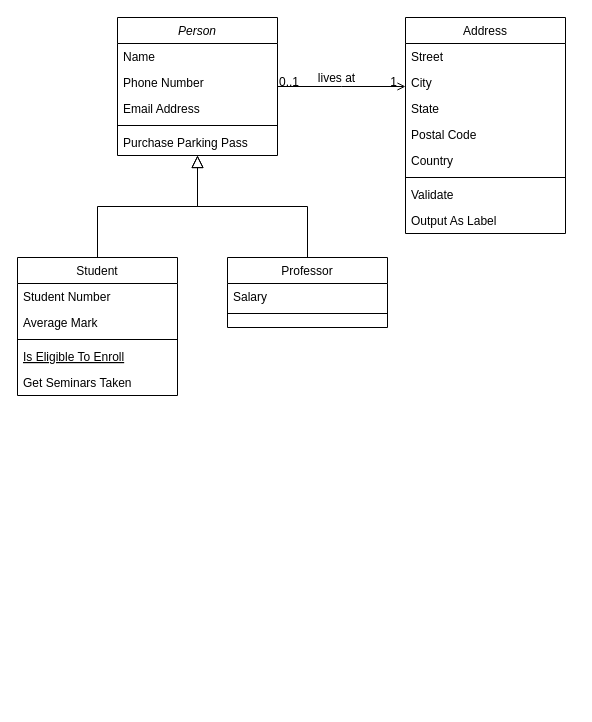
JussSelenite/JussSelenite keeps this draw.io diagram as Class Diagram Exercise 1.drawio. Above is the earlier version. Source tidied: cells renumbered, new cells numbered last; positions are measured from the earlier drawing's top-left corner, leaving out a move shared by most shapes. Both pictures are drawn from the tidied source at 100%, with x=0, y=0 at pixel (17, 17).
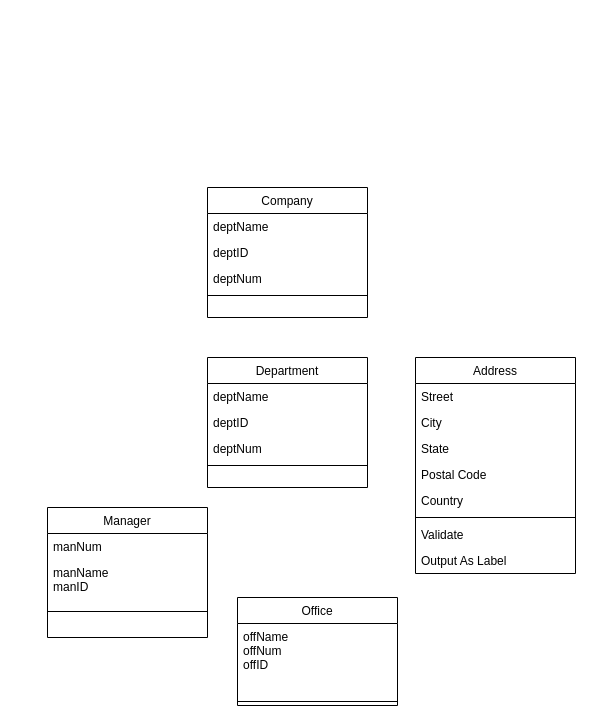
The same page after the edit.

Diff of the diagram source:
```diff
@@
-    <mxCell id="2" value="Person" style="swimlane;fontStyle=2;align=center;verticalAlign=top;horizontal=1;startSize=26;rounded=0;shadow=0;strokeWidth=1;" parent="1" vertex="1">
-      <mxGeometry x="100" width="160" height="138" as="geometry" />
+    <mxCell id="2" value="Department" style="swimlane;fontStyle=0;align=center;verticalAlign=top;horizontal=1;startSize=26;rounded=0;shadow=0;strokeWidth=1;" parent="1" vertex="1">
+      <mxGeometry x="190" y="340" width="160" height="130" as="geometry" />
     </mxCell>
-    <mxCell id="3" value="Name" style="text;align=left;verticalAlign=top;spacingLeft=4;spacingRight=4;overflow=hidden;" parent="2" vertex="1">
+    <mxCell id="3" value="deptName" style="text;align=left;verticalAlign=top;spacingLeft=4;spacingRight=4;overflow=hidden;" parent="2" vertex="1">
       <mxGeometry y="26" width="160" height="26" as="geometry" />
     </mxCell>
-    <mxCell id="4" value="Phone Number" style="text;align=left;verticalAlign=top;spacingLeft=4;spacingRight=4;overflow=hidden;rounded=0;shadow=0;html=0;" parent="2" vertex="1">
+    <mxCell id="4" value="deptID" style="text;align=left;verticalAlign=top;spacingLeft=4;spacingRight=4;overflow=hidden;rounded=0;shadow=0;html=0;" parent="2" vertex="1">
       <mxGeometry y="52" width="160" height="26" as="geometry" />
     </mxCell>
-    <mxCell id="5" value="Email Address" style="text;align=left;verticalAlign=top;spacingLeft=4;spacingRight=4;overflow=hidden;rounded=0;shadow=0;html=0;" parent="2" vertex="1">
+    <mxCell id="5" value="deptNum" style="text;align=left;verticalAlign=top;spacingLeft=4;spacingRight=4;overflow=hidden;rounded=0;shadow=0;html=0;" parent="2" vertex="1">
       <mxGeometry y="78" width="160" height="26" as="geometry" />
     </mxCell>
@@
-    <mxCell id="7" value="Purchase Parking Pass" style="text;align=left;verticalAlign=top;spacingLeft=4;spacingRight=4;overflow=hidden;" parent="2" vertex="1">
-      <mxGeometry y="112" width="160" height="26" as="geometry" />
-    </mxCell>
-    <mxCell id="8" value="Student" style="swimlane;fontStyle=0;align=center;verticalAlign=top;horizontal=1;startSize=26;rounded=0;shadow=0;strokeWidth=1;" parent="1" vertex="1">
-      <mxGeometry y="240" width="160" height="138" as="geometry" />
+    <mxCell id="8" value="Manager" style="swimlane;fontStyle=0;align=center;verticalAlign=top;horizontal=1;startSize=26;rounded=0;shadow=0;strokeWidth=1;" parent="1" vertex="1">
+      <mxGeometry x="30" y="490" width="160" height="130" as="geometry" />
     </mxCell>
-    <mxCell id="9" value="Student Number" style="text;align=left;verticalAlign=top;spacingLeft=4;spacingRight=4;overflow=hidden;" parent="8" vertex="1">
+    <mxCell id="9" value="manNum" style="text;align=left;verticalAlign=top;spacingLeft=4;spacingRight=4;overflow=hidden;" parent="8" vertex="1">
       <mxGeometry y="26" width="160" height="26" as="geometry" />
     </mxCell>
-    <mxCell id="10" value="Average Mark" style="text;align=left;verticalAlign=top;spacingLeft=4;spacingRight=4;overflow=hidden;rounded=0;shadow=0;html=0;" parent="8" vertex="1">
-      <mxGeometry y="52" width="160" height="26" as="geometry" />
+    <mxCell id="10" value="manName&#10;manID" style="text;align=left;verticalAlign=top;spacingLeft=4;spacingRight=4;overflow=hidden;rounded=0;shadow=0;html=0;" parent="8" vertex="1">
+      <mxGeometry y="52" width="160" height="48" as="geometry" />
     </mxCell>
     <mxCell id="11" style="line;html=1;strokeWidth=1;align=left;verticalAlign=middle;spacingTop=-1;spacingLeft=3;spacingRight=3;labelPosition=right;" parent="8" vertex="1">
-      <mxGeometry y="78" width="160" height="8" as="geometry" />
+      <mxGeometry y="100" width="160" height="8" as="geometry" />
     </mxCell>
-    <mxCell id="12" value="Is Eligible To Enroll" style="text;align=left;verticalAlign=top;spacingLeft=4;spacingRight=4;overflow=hidden;fontStyle=4;" parent="8" vertex="1">
-      <mxGeometry y="86" width="160" height="26" as="geometry" />
-    </mxCell>
-    <mxCell id="13" value="Get Seminars Taken" style="text;align=left;verticalAlign=top;spacingLeft=4;spacingRight=4;overflow=hidden;" parent="8" vertex="1">
-      <mxGeometry y="112" width="160" height="26" as="geometry" />
-    </mxCell>
-    <mxCell id="14" style="endArrow=block;endSize=10;endFill=0;shadow=0;strokeWidth=1;rounded=0;edgeStyle=elbowEdgeStyle;elbow=vertical;" parent="1" edge="1" source="8" target="2">
-      <mxGeometry relative="1" as="geometry" />
-    </mxCell>
-    <mxCell id="15" value="Professor" style="swimlane;fontStyle=0;align=center;verticalAlign=top;horizontal=1;startSize=26;rounded=0;shadow=0;strokeWidth=1;" parent="1" vertex="1">
-      <mxGeometry x="210" y="240" width="160" height="70" as="geometry" />
+    <mxCell id="15" value="Office" style="swimlane;fontStyle=0;align=center;verticalAlign=top;horizontal=1;startSize=26;rounded=0;shadow=0;strokeWidth=1;" parent="1" vertex="1">
+      <mxGeometry x="220" y="580" width="160" height="108" as="geometry" />
     </mxCell>
-    <mxCell id="16" value="Salary" style="text;align=left;verticalAlign=top;spacingLeft=4;spacingRight=4;overflow=hidden;" parent="15" vertex="1">
-      <mxGeometry y="26" width="160" height="26" as="geometry" />
+    <mxCell id="16" value="offName&#10;offNum&#10;offID" style="text;align=left;verticalAlign=top;spacingLeft=4;spacingRight=4;overflow=hidden;" parent="15" vertex="1">
+      <mxGeometry y="26" width="160" height="74" as="geometry" />
     </mxCell>
     <mxCell id="17" style="line;html=1;strokeWidth=1;align=left;verticalAlign=middle;spacingTop=-1;spacingLeft=3;spacingRight=3;labelPosition=right;" parent="15" vertex="1">
-      <mxGeometry y="52" width="160" height="8" as="geometry" />
+      <mxGeometry y="100" width="160" height="8" as="geometry" />
     </mxCell>
-    <mxCell id="18" style="endArrow=block;endSize=10;endFill=0;shadow=0;strokeWidth=1;rounded=0;edgeStyle=elbowEdgeStyle;elbow=vertical;" parent="1" edge="1" source="15" target="2">
-      <mxGeometry relative="1" as="geometry" />
-    </mxCell>
     <mxCell id="19" value="Address" style="swimlane;fontStyle=0;align=center;verticalAlign=top;horizontal=1;startSize=26;rounded=0;shadow=0;strokeWidth=1;" parent="1" vertex="1">
-      <mxGeometry x="388" width="160" height="216" as="geometry" />
+      <mxGeometry x="398" y="340" width="160" height="216" as="geometry" />
     </mxCell>
@@
-    <mxCell id="28" style="endArrow=open;shadow=0;strokeWidth=1;rounded=0;endFill=1;edgeStyle=elbowEdgeStyle;elbow=vertical;" parent="1" edge="1" source="2" target="19">
-      <mxGeometry x="0.5" y="41" relative="1" as="geometry">
-        <mxPoint x="-40" y="32" as="offset" />
-      </mxGeometry>
-    </mxCell>
-    <mxCell id="29" value="0..1" style="align=left;verticalAlign=bottom;labelBackgroundColor=none;fontSize=12;" parent="28" vertex="1">
-      <mxGeometry x="-1" relative="1" as="geometry">
-        <mxPoint y="4" as="offset" />
-      </mxGeometry>
-    </mxCell>
-    <mxCell id="30" value="1" style="align=right;verticalAlign=bottom;labelBackgroundColor=none;fontSize=12;" parent="28" vertex="1">
-      <mxGeometry x="1" relative="1" as="geometry">
-        <mxPoint x="-7" y="4" as="offset" />
-      </mxGeometry>
-    </mxCell>
-    <mxCell id="31" value="lives at" style="text;html=1;align=center;verticalAlign=middle;labelBackgroundColor=none;rounded=0;shadow=0;strokeWidth=1;fontSize=12;" parent="28" vertex="1">
-      <mxGeometry x="0.5" y="49" relative="1" as="geometry">
-        <mxPoint x="-38" y="40" as="offset" />
-      </mxGeometry>
-    </mxCell>
+    <mxCell id="32" value="Company" style="swimlane;fontStyle=0;align=center;verticalAlign=top;horizontal=1;startSize=26;rounded=0;shadow=0;strokeWidth=1;" parent="1" vertex="1">
+      <mxGeometry x="190" y="170" width="160" height="130" as="geometry" />
+    </mxCell>
+    <mxCell id="33" value="deptName" style="text;align=left;verticalAlign=top;spacingLeft=4;spacingRight=4;overflow=hidden;" parent="32" vertex="1">
+      <mxGeometry y="26" width="160" height="26" as="geometry" />
+    </mxCell>
+    <mxCell id="34" value="deptID" style="text;align=left;verticalAlign=top;spacingLeft=4;spacingRight=4;overflow=hidden;rounded=0;shadow=0;html=0;" parent="32" vertex="1">
+      <mxGeometry y="52" width="160" height="26" as="geometry" />
+    </mxCell>
+    <mxCell id="35" value="deptNum" style="text;align=left;verticalAlign=top;spacingLeft=4;spacingRight=4;overflow=hidden;rounded=0;shadow=0;html=0;" parent="32" vertex="1">
+      <mxGeometry y="78" width="160" height="26" as="geometry" />
+    </mxCell>
+    <mxCell id="36" style="line;html=1;strokeWidth=1;align=left;verticalAlign=middle;spacingTop=-1;spacingLeft=3;spacingRight=3;labelPosition=right;" parent="32" vertex="1">
+      <mxGeometry y="104" width="160" height="8" as="geometry" />
+    </mxCell>
```
